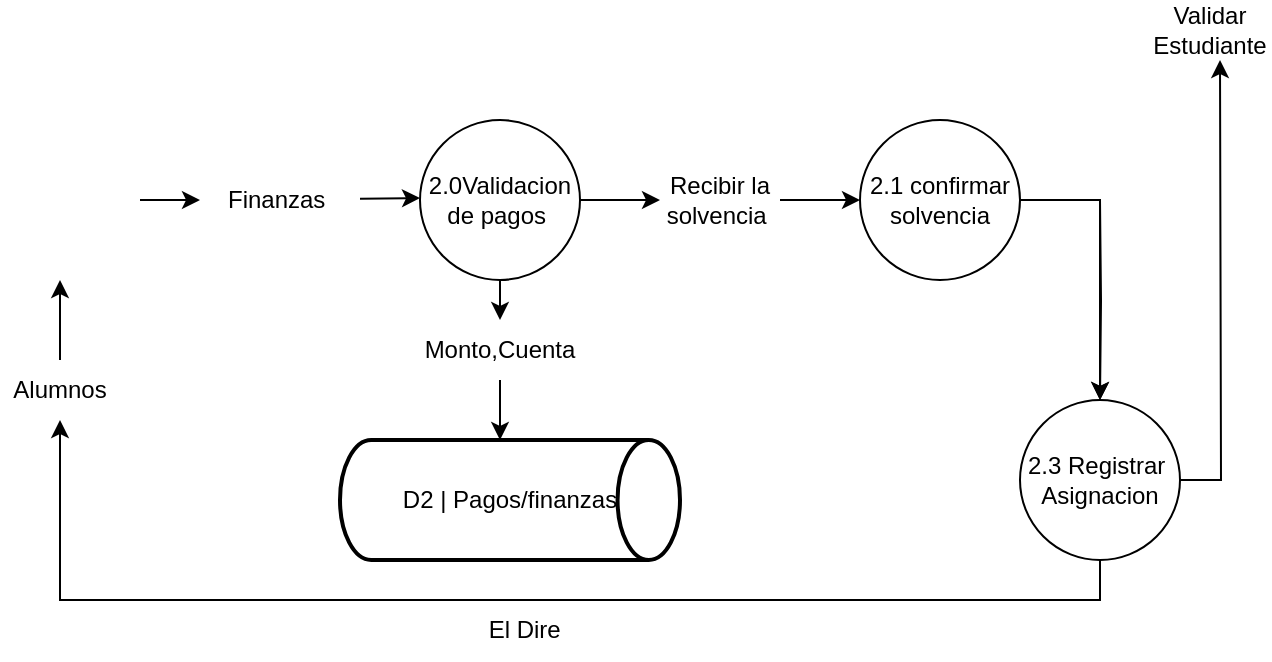
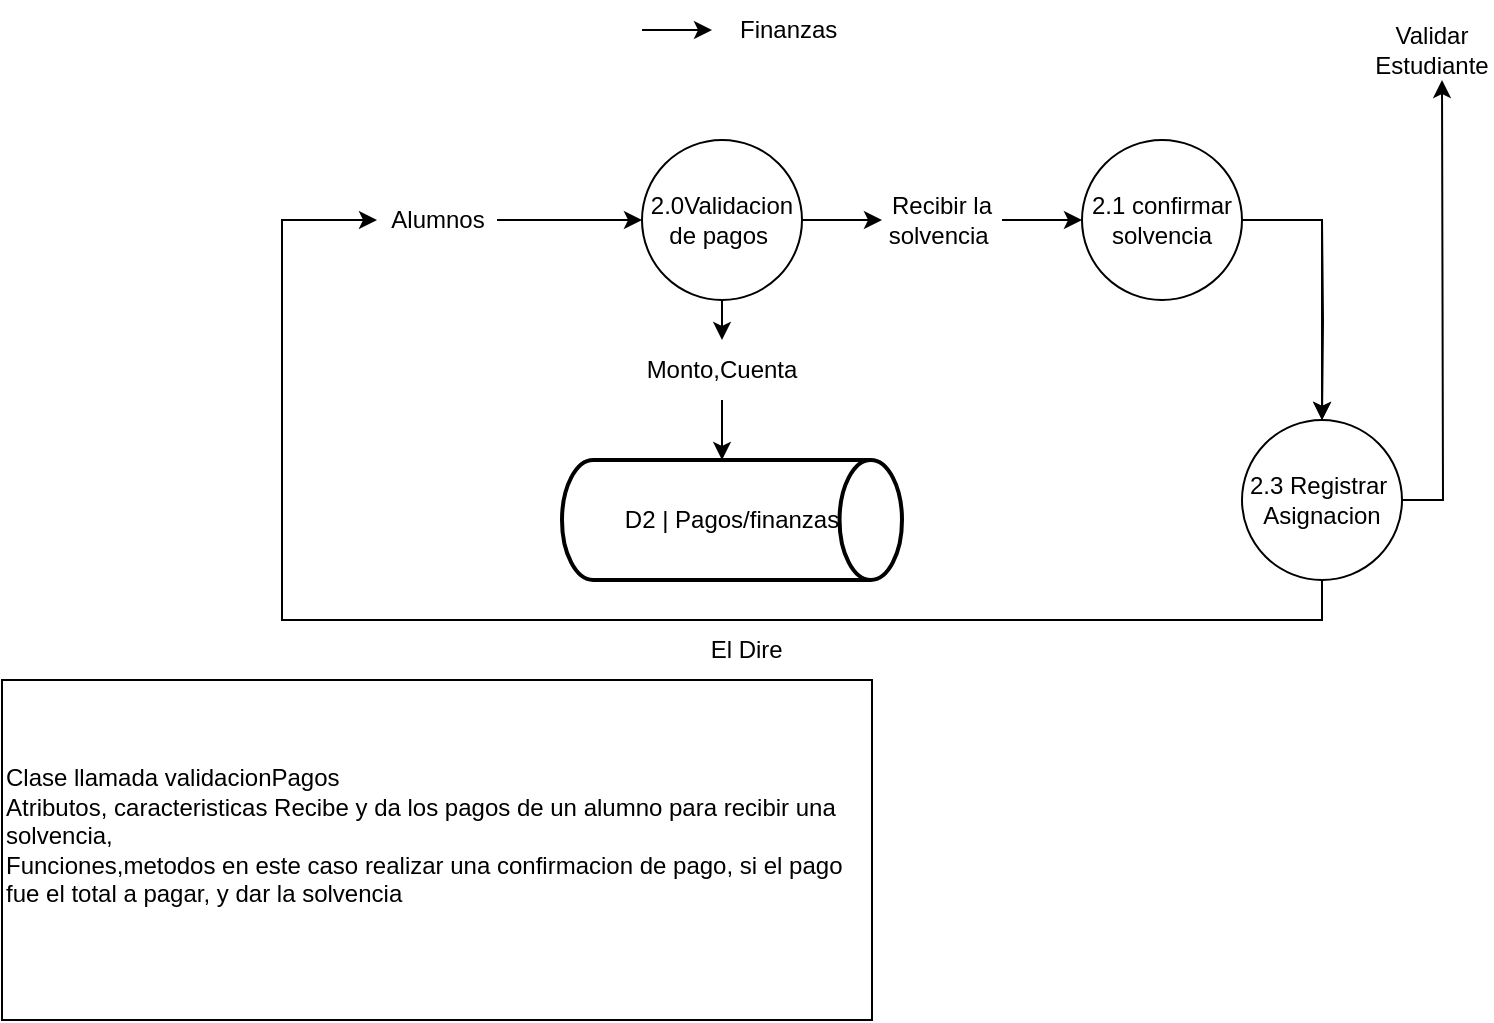
<mxfile host="app.diagrams.net">
  <diagram name="Página-1" id="qZlIAHjC2ENetLhe9kLH">
-     <mxGraphModel dx="899" dy="489" grid="1" gridSize="10" guides="1" tooltips="1" connect="1" arrows="1" fold="1" page="1" pageScale="1" pageWidth="827" pageHeight="1169" math="0" shadow="0">
+     <mxGraphModel dx="1214" dy="517" grid="1" gridSize="10" guides="1" tooltips="1" connect="1" arrows="1" fold="1" page="1" pageScale="1" pageWidth="827" pageHeight="1169" math="0" shadow="0">
      <root>
        <mxCell id="0" />
        <mxCell id="1" parent="0" />
        <mxCell id="iyS3fZUuvfP38LrmD4Yf-5" edge="1" parent="1" source="iyS3fZUuvfP38LrmD4Yf-17" style="edgeStyle=orthogonalEdgeStyle;rounded=0;orthogonalLoop=1;jettySize=auto;html=1;entryX=0;entryY=0.5;entryDx=0;entryDy=0;" target="URIB-6rv_ll5GtLN1Jwv-41">
          <mxGeometry relative="1" as="geometry" />
        </mxCell>
        <mxCell id="URIB-6rv_ll5GtLN1Jwv-1" parent="1" style="ellipse;whiteSpace=wrap;html=1;aspect=fixed;" value="2.0Validacion de pagos&amp;nbsp;" vertex="1">
          <mxGeometry height="80" width="80" x="360" y="160" as="geometry" />
        </mxCell>
        <mxCell id="URIB-6rv_ll5GtLN1Jwv-2" edge="1" parent="1" source="URIB-6rv_ll5GtLN1Jwv-8" style="endArrow=classic;html=1;rounded=0;exitX=0.5;exitY=1;exitDx=0;exitDy=0;" value="">
          <mxGeometry height="50" relative="1" width="50" as="geometry">
            <mxPoint x="410" y="270" as="sourcePoint" />
            <mxPoint x="400" y="320" as="targetPoint" />
          </mxGeometry>
        </mxCell>
        <mxCell id="URIB-6rv_ll5GtLN1Jwv-6" parent="1" style="strokeWidth=2;html=1;shape=mxgraph.flowchart.direct_data;whiteSpace=wrap;" value="D2 | Pagos/finanzas" vertex="1">
          <mxGeometry height="60" width="170" x="320" y="320" as="geometry" />
        </mxCell>
-         <mxCell id="iyS3fZUuvfP38LrmD4Yf-25" edge="1" parent="1" source="URIB-6rv_ll5GtLN1Jwv-10" style="edgeStyle=orthogonalEdgeStyle;rounded=0;orthogonalLoop=1;jettySize=auto;html=1;entryX=0.5;entryY=1;entryDx=0;entryDy=0;" target="iyS3fZUuvfP38LrmD4Yf-10">
+         <mxCell id="iyS3fZUuvfP38LrmD4Yf-25" edge="1" parent="1" source="URIB-6rv_ll5GtLN1Jwv-10" style="edgeStyle=orthogonalEdgeStyle;rounded=0;orthogonalLoop=1;jettySize=auto;html=1;" target="iyS3fZUuvfP38LrmD4Yf-10">
          <mxGeometry relative="1" as="geometry">
            <Array as="points">
              <mxPoint x="700" y="400" />
              <mxPoint x="180" y="400" />
+               <mxPoint x="180" y="200" />
            </Array>
          </mxGeometry>
        </mxCell>
        <mxCell id="iyS3fZUuvfP38LrmD4Yf-28" edge="1" parent="1" source="URIB-6rv_ll5GtLN1Jwv-10" style="edgeStyle=orthogonalEdgeStyle;rounded=0;orthogonalLoop=1;jettySize=auto;html=1;">
          <mxGeometry relative="1" as="geometry">
            <mxPoint x="760" y="130" as="targetPoint" />
          </mxGeometry>
        </mxCell>
        <mxCell id="URIB-6rv_ll5GtLN1Jwv-10" parent="1" style="ellipse;whiteSpace=wrap;html=1;aspect=fixed;" value="2.3 Registrar&amp;nbsp; Asignacion" vertex="1">
          <mxGeometry height="80" width="80" x="660" y="300" as="geometry" />
        </mxCell>
        <mxCell id="URIB-6rv_ll5GtLN1Jwv-19" edge="1" parent="1" source="URIB-6rv_ll5GtLN1Jwv-1" style="endArrow=classic;html=1;rounded=0;exitX=0.5;exitY=1;exitDx=0;exitDy=0;" target="URIB-6rv_ll5GtLN1Jwv-8" value="">
          <mxGeometry height="50" relative="1" width="50" as="geometry">
            <mxPoint x="400" y="240" as="sourcePoint" />
            <mxPoint x="400" y="320" as="targetPoint" />
          </mxGeometry>
        </mxCell>
        <mxCell id="URIB-6rv_ll5GtLN1Jwv-8" parent="1" style="text;html=1;whiteSpace=wrap;strokeColor=none;fillColor=none;align=center;verticalAlign=middle;rounded=0;" value="Monto,Cuenta" vertex="1">
          <mxGeometry height="30" width="60" x="370" y="260" as="geometry" />
        </mxCell>
        <mxCell id="iyS3fZUuvfP38LrmD4Yf-13" edge="1" parent="1" source="URIB-6rv_ll5GtLN1Jwv-41" style="edgeStyle=orthogonalEdgeStyle;rounded=0;orthogonalLoop=1;jettySize=auto;html=1;exitX=1;exitY=0.5;exitDx=0;exitDy=0;entryX=0.5;entryY=0;entryDx=0;entryDy=0;" target="URIB-6rv_ll5GtLN1Jwv-10">
          <mxGeometry relative="1" as="geometry" />
        </mxCell>
        <mxCell id="URIB-6rv_ll5GtLN1Jwv-41" parent="1" style="ellipse;whiteSpace=wrap;html=1;aspect=fixed;" value="2.1 confirmar solvencia" vertex="1">
          <mxGeometry height="80" width="80" x="580" y="160" as="geometry" />
        </mxCell>
        <mxCell id="iyS3fZUuvfP38LrmD4Yf-7" edge="1" parent="1" style="edgeStyle=orthogonalEdgeStyle;rounded=0;orthogonalLoop=1;jettySize=auto;html=1;entryX=0.5;entryY=0;entryDx=0;entryDy=0;" target="URIB-6rv_ll5GtLN1Jwv-10">
          <mxGeometry relative="1" as="geometry">
            <mxPoint x="700" y="200" as="sourcePoint" />
          </mxGeometry>
        </mxCell>
-         <mxCell id="iyS3fZUuvfP38LrmD4Yf-1" edge="1" parent="1" source="URIB-6rv_ll5GtLN1Jwv-26" style="endArrow=classic;html=1;rounded=0;" value="">
-           <mxGeometry height="50" relative="1" width="50" as="geometry">
-             <mxPoint x="260" y="199" as="sourcePoint" />
-             <mxPoint x="360" y="199" as="targetPoint" />
-           </mxGeometry>
-         </mxCell>
-         <mxCell id="iyS3fZUuvfP38LrmD4Yf-12" edge="1" parent="1" source="iyS3fZUuvfP38LrmD4Yf-10" style="edgeStyle=orthogonalEdgeStyle;rounded=0;orthogonalLoop=1;jettySize=auto;html=1;entryX=0.5;entryY=1;entryDx=0;entryDy=0;">
-           <mxGeometry relative="1" as="geometry">
-             <mxPoint x="180" y="240" as="targetPoint" />
-           </mxGeometry>
+         <mxCell id="qH9HDT9VW0DafDwBvLHa-2" edge="1" parent="1" source="iyS3fZUuvfP38LrmD4Yf-10" style="edgeStyle=orthogonalEdgeStyle;rounded=0;orthogonalLoop=1;jettySize=auto;html=1;" target="URIB-6rv_ll5GtLN1Jwv-1">
+           <mxGeometry relative="1" as="geometry" />
        </mxCell>
        <mxCell id="iyS3fZUuvfP38LrmD4Yf-10" parent="1" style="text;html=1;whiteSpace=wrap;strokeColor=none;fillColor=none;align=center;verticalAlign=middle;rounded=0;" value="Alumnos" vertex="1">
-           <mxGeometry height="30" width="60" x="150" y="280" as="geometry" />
+           <mxGeometry height="30" width="60" x="227.5" y="185" as="geometry" />
        </mxCell>
-         <mxCell id="iyS3fZUuvfP38LrmD4Yf-15" edge="1" parent="1" style="endArrow=classic;html=1;rounded=0;exitX=1;exitY=0.5;exitDx=0;exitDy=0;" target="URIB-6rv_ll5GtLN1Jwv-26" value="">
+         <mxCell id="iyS3fZUuvfP38LrmD4Yf-15" edge="1" parent="1" style="endArrow=classic;html=1;rounded=0;" target="URIB-6rv_ll5GtLN1Jwv-26" value="">
          <mxGeometry height="50" relative="1" width="50" as="geometry">
-             <mxPoint x="220" y="200" as="sourcePoint" />
+             <mxPoint x="360" y="105" as="sourcePoint" />
            <mxPoint x="360" y="199" as="targetPoint" />
          </mxGeometry>
        </mxCell>
        <mxCell id="URIB-6rv_ll5GtLN1Jwv-26" parent="1" style="text;html=1;whiteSpace=wrap;strokeColor=none;fillColor=none;align=center;verticalAlign=middle;rounded=0;" value="Finanzas&amp;nbsp;" vertex="1">
-           <mxGeometry height="30" width="80" x="250" y="185" as="geometry" />
+           <mxGeometry height="30" width="80" x="395" y="90" as="geometry" />
        </mxCell>
        <mxCell id="iyS3fZUuvfP38LrmD4Yf-18" edge="1" parent="1" source="URIB-6rv_ll5GtLN1Jwv-1" style="edgeStyle=orthogonalEdgeStyle;rounded=0;orthogonalLoop=1;jettySize=auto;html=1;entryX=0;entryY=0.5;entryDx=0;entryDy=0;" target="iyS3fZUuvfP38LrmD4Yf-17" value="">
          <mxGeometry relative="1" as="geometry">
            <mxPoint x="440" y="200" as="sourcePoint" />
            <mxPoint x="550" y="200" as="targetPoint" />
          </mxGeometry>
        </mxCell>
        <mxCell id="iyS3fZUuvfP38LrmD4Yf-17" parent="1" style="text;html=1;whiteSpace=wrap;strokeColor=none;fillColor=none;align=center;verticalAlign=middle;rounded=0;" value="Recibir la solvencia&amp;nbsp;" vertex="1">
          <mxGeometry height="30" width="60" x="480" y="185" as="geometry" />
        </mxCell>
        <mxCell id="iyS3fZUuvfP38LrmD4Yf-24" parent="1" style="text;html=1;whiteSpace=wrap;strokeColor=none;fillColor=none;align=center;verticalAlign=middle;rounded=0;" value="El Dire&amp;nbsp;" vertex="1">
          <mxGeometry height="30" width="60" x="384" y="400" as="geometry" />
        </mxCell>
        <mxCell id="iyS3fZUuvfP38LrmD4Yf-29" parent="1" style="text;html=1;whiteSpace=wrap;strokeColor=none;fillColor=none;align=center;verticalAlign=middle;rounded=0;" value="Validar Estudiante" vertex="1">
          <mxGeometry height="30" width="60" x="725" y="100" as="geometry" />
        </mxCell>
+         <mxCell id="YUoPx6nOY5WhVB9XcegF-2" parent="1" style="shape=stencil(fZbdcgIhDIWfZm8zQAg/17Z9j85U606tdqz9e/tmZ0c0uJ47xP0I5JwEBl59bp8/1kNwn6fj4W39M76ctgM/DCGM++36OJ50NPDjwKvN4bh+PR6+9i/z74/n6ctp9H74nlb4nbmSKZeJCu5vngmZ6jzzNAO7cX8FVKEsBuBKrgKg9oAE8gkCbLeUhEoEQKSUDZDLeWYRKIl8MEDRmHwfyBrBG6Amyu4+kDxxMoB3jhwgYu7TVAsVkFcWCs4CTBEoF4RctKeOxHIf8IXYpikHikAIf+MNUW94AGSSaoAoFIE3AlOyeWU+p2E5S9yfQZcQILVuQOwZdJNoS9Ls3wA5u2XZTIHECqeJ9kDpSaauRiNVcAY1QhdBzeLBli5WazpkSsBLV25uRaqWRyFawTQzRRIQYirJzq5atkBqLfouwqUxLBepthWb10vrWZY6UOAeyKCCtDV625mm9gmUC4Wc3VLJMMIE1BsA2FW9JraVlQB7n3c9oMKhCLEvIM1zBPZ25/umNQ1tVEC2G+fFCC8g398O2hNQuQlVu752DBfA+q0ptnqO5JFmeuIuo9DY7KjY71UxdJV4EntifPWorW++R/dC4t7V3DlIB5cHx2bc7eb3yvX//QNFp+bHDT/+Aw==);lineShape=1;strokeColor=default;" value="" vertex="1">
+           <mxGeometry height="4.910774964587051" width="4.918462918016375" x="388.07153772892184" y="557.1319078510728" as="geometry" />
+         </mxCell>
+         <mxCell id="YUoPx6nOY5WhVB9XcegF-3" parent="1" style="whiteSpace=wrap;html=1;align=left;" value="Clase llamada validacionPagos&lt;div&gt;Atributos, caracteristicas Recibe y da los pagos de un alumno para recibir una solvencia,&amp;nbsp;&lt;/div&gt;&lt;div&gt;Funciones,metodos en este caso realizar una confirmacion de pago, si el pago fue el total a pagar, y dar la solvencia&amp;nbsp;&lt;/div&gt;&lt;div&gt;&lt;br&gt;&lt;/div&gt;" vertex="1">
+           <mxGeometry height="170" width="435" x="40" y="430" as="geometry" />
+         </mxCell>
      </root>
    </mxGraphModel>
  </diagram>
</mxfile>
